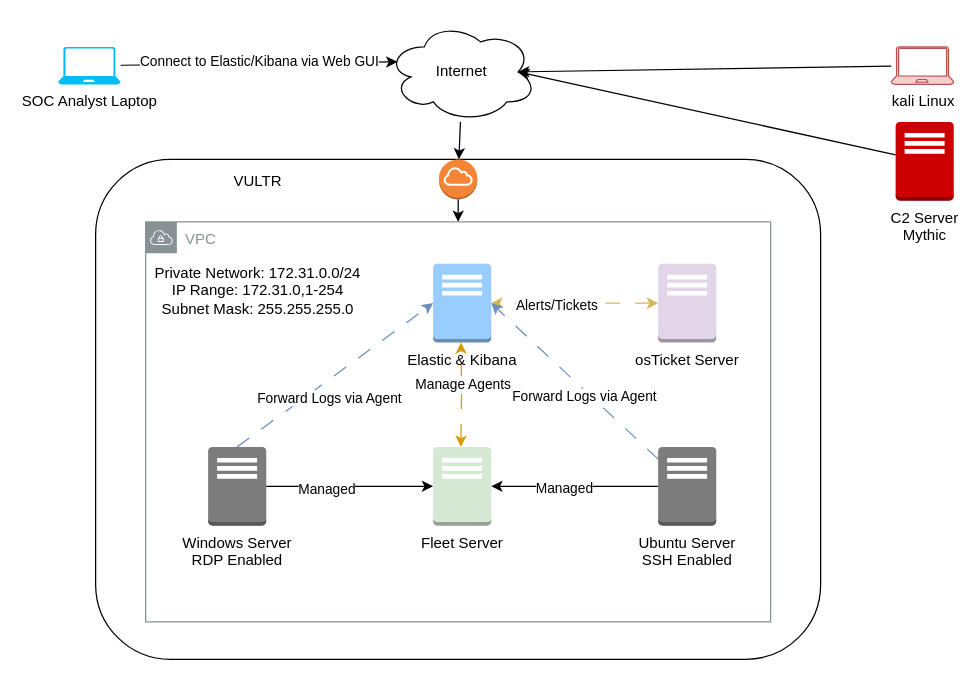
Earlier version of the draw.io diagram 30Day-MyDFIR.drawio (TheConiak/MyDFIR). Source tidied: cells renumbered, new cells numbered last; positions are measured from the earlier drawing's top-left corner, leaving out a move shared by most shapes. Both pictures are drawn from the tidied source at 125%, with x=0, y=0 at pixel (58, 21).
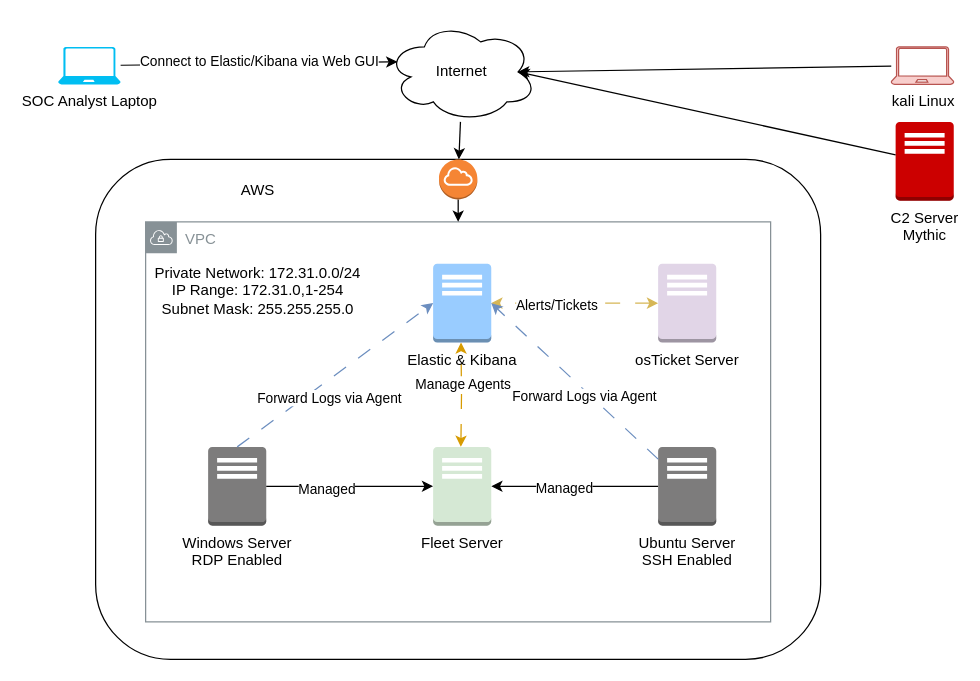
After the change.

Diff of the diagram source:
```diff
@@
-    <mxCell id="14" value="VULTR&lt;div&gt;&lt;br&gt;&lt;/div&gt;" style="text;html=1;align=center;verticalAlign=middle;whiteSpace=wrap;rounded=0;" parent="1" vertex="1">
+    <mxCell id="14" value="&lt;div&gt;AWS&lt;/div&gt;" style="text;html=1;align=center;verticalAlign=middle;whiteSpace=wrap;rounded=0;" parent="1" vertex="1">
       <mxGeometry x="130" y="120" width="60" height="30" as="geometry" />
     </mxCell>
```
